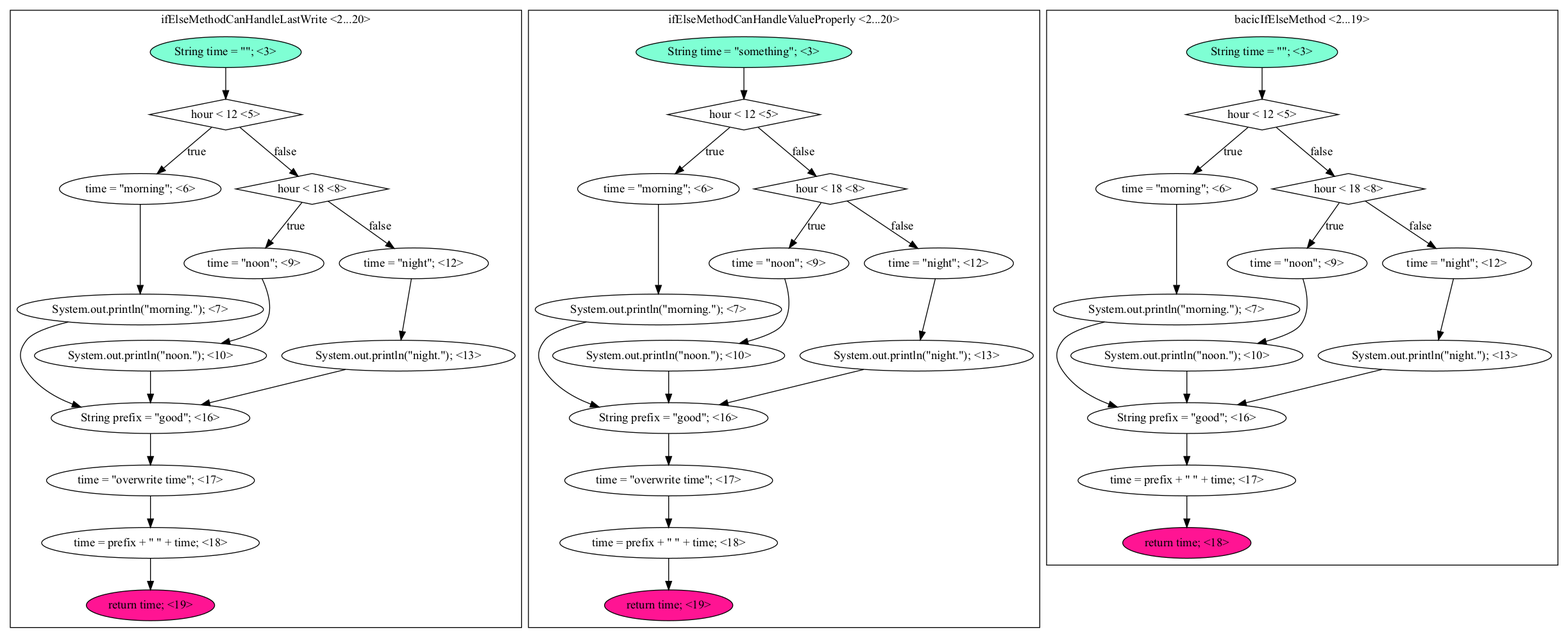
nashid/TinyPDG keeps this Graphviz diagram as graph-outputs/output/control-flow.dot.png. Above is the earlier version. Its source is kept beside it as graph-outputs/control-flow.dot.
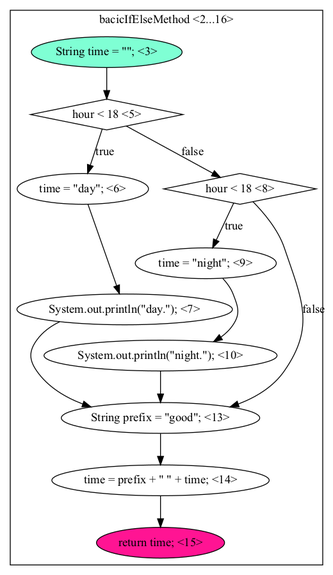
After the commit.

The edit, as a diff of the source:
```diff
@@ -1,90 +1,26 @@
 digraph CFG {
 subgraph cluster0 {
-label = "ifElseMethodCanHandleLastWrite <2...20>";
+label = "bacicIfElseMethod <2...16>";
 0.0 [style = filled, label = "String time = \"\"; <3>", fillcolor = aquamarine, shape = ellipse];
-0.1 [style = filled, label = "hour < 12 <5>", fillcolor = white, shape = diamond];
-0.2 [style = filled, label = "time = \"morning\"; <6>", fillcolor = white, shape = ellipse];
-0.3 [style = filled, label = "System.out.println(\"morning.\"); <7>", fillcolor = white, shape = ellipse];
+0.1 [style = filled, label = "hour < 18 <5>", fillcolor = white, shape = diamond];
+0.2 [style = filled, label = "time = \"day\"; <6>", fillcolor = white, shape = ellipse];
+0.3 [style = filled, label = "System.out.println(\"day.\"); <7>", fillcolor = white, shape = ellipse];
 0.4 [style = filled, label = "hour < 18 <8>", fillcolor = white, shape = diamond];
-0.5 [style = filled, label = "time = \"noon\"; <9>", fillcolor = white, shape = ellipse];
-0.6 [style = filled, label = "System.out.println(\"noon.\"); <10>", fillcolor = white, shape = ellipse];
-0.7 [style = filled, label = "time = \"night\"; <12>", fillcolor = white, shape = ellipse];
-0.8 [style = filled, label = "System.out.println(\"night.\"); <13>", fillcolor = white, shape = ellipse];
-0.9 [style = filled, label = "String prefix = \"good\"; <16>", fillcolor = white, shape = ellipse];
-0.10 [style = filled, label = "time = \"overwrite time\"; <17>", fillcolor = white, shape = ellipse];
-0.11 [style = filled, label = "time = prefix + \" \" + time; <18>", fillcolor = white, shape = ellipse];
-0.12 [style = filled, label = "return time; <19>", fillcolor = deeppink, shape = ellipse];
+0.5 [style = filled, label = "time = \"night\"; <9>", fillcolor = white, shape = ellipse];
+0.6 [style = filled, label = "System.out.println(\"night.\"); <10>", fillcolor = white, shape = ellipse];
+0.7 [style = filled, label = "String prefix = \"good\"; <13>", fillcolor = white, shape = ellipse];
+0.8 [style = filled, label = "time = prefix + \" \" + time; <14>", fillcolor = white, shape = ellipse];
+0.9 [style = filled, label = "return time; <15>", fillcolor = deeppink, shape = ellipse];
 0.0 -> 0.1 [style = solid, label=""];
 0.1 -> 0.2 [style = solid, label="true"];
 0.1 -> 0.4 [style = solid, label="false"];
 0.2 -> 0.3 [style = solid, label=""];
-0.3 -> 0.9 [style = solid, label=""];
+0.3 -> 0.7 [style = solid, label=""];
 0.4 -> 0.5 [style = solid, label="true"];
 0.4 -> 0.7 [style = solid, label="false"];
 0.5 -> 0.6 [style = solid, label=""];
-0.6 -> 0.9 [style = solid, label=""];
+0.6 -> 0.7 [style = solid, label=""];
 0.7 -> 0.8 [style = solid, label=""];
 0.8 -> 0.9 [style = solid, label=""];
-0.9 -> 0.10 [style = solid, label=""];
-0.10 -> 0.11 [style = solid, label=""];
-0.11 -> 0.12 [style = solid, label=""];
-}
-subgraph cluster1 {
-label = "ifElseMethodCanHandleValueProperly <2...20>";
-1.0 [style = filled, label = "String time = \"something\"; <3>", fillcolor = aquamarine, shape = ellipse];
-1.1 [style = filled, label = "hour < 12 <5>", fillcolor = white, shape = diamond];
-1.2 [style = filled, label = "time = \"morning\"; <6>", fillcolor = white, shape = ellipse];
-1.3 [style = filled, label = "System.out.println(\"morning.\"); <7>", fillcolor = white, shape = ellipse];
-1.4 [style = filled, label = "hour < 18 <8>", fillcolor = white, shape = diamond];
-1.5 [style = filled, label = "time = \"noon\"; <9>", fillcolor = white, shape = ellipse];
-1.6 [style = filled, label = "System.out.println(\"noon.\"); <10>", fillcolor = white, shape = ellipse];
-1.7 [style = filled, label = "time = \"night\"; <12>", fillcolor = white, shape = ellipse];
-1.8 [style = filled, label = "System.out.println(\"night.\"); <13>", fillcolor = white, shape = ellipse];
-1.9 [style = filled, label = "String prefix = \"good\"; <16>", fillcolor = white, shape = ellipse];
-1.10 [style = filled, label = "time = \"overwrite time\"; <17>", fillcolor = white, shape = ellipse];
-1.11 [style = filled, label = "time = prefix + \" \" + time; <18>", fillcolor = white, shape = ellipse];
-1.12 [style = filled, label = "return time; <19>", fillcolor = deeppink, shape = ellipse];
-1.0 -> 1.1 [style = solid, label=""];
-1.1 -> 1.2 [style = solid, label="true"];
-1.1 -> 1.4 [style = solid, label="false"];
-1.2 -> 1.3 [style = solid, label=""];
-1.3 -> 1.9 [style = solid, label=""];
-1.4 -> 1.5 [style = solid, label="true"];
-1.4 -> 1.7 [style = solid, label="false"];
-1.5 -> 1.6 [style = solid, label=""];
-1.6 -> 1.9 [style = solid, label=""];
-1.7 -> 1.8 [style = solid, label=""];
-1.8 -> 1.9 [style = solid, label=""];
-1.9 -> 1.10 [style = solid, label=""];
-1.10 -> 1.11 [style = solid, label=""];
-1.11 -> 1.12 [style = solid, label=""];
-}
-subgraph cluster2 {
-label = "bacicIfElseMethod <2...19>";
-2.0 [style = filled, label = "String time = \"\"; <3>", fillcolor = aquamarine, shape = ellipse];
-2.1 [style = filled, label = "hour < 12 <5>", fillcolor = white, shape = diamond];
-2.2 [style = filled, label = "time = \"morning\"; <6>", fillcolor = white, shape = ellipse];
-2.3 [style = filled, label = "System.out.println(\"morning.\"); <7>", fillcolor = white, shape = ellipse];
-2.4 [style = filled, label = "hour < 18 <8>", fillcolor = white, shape = diamond];
-2.5 [style = filled, label = "time = \"noon\"; <9>", fillcolor = white, shape = ellipse];
-2.6 [style = filled, label = "System.out.println(\"noon.\"); <10>", fillcolor = white, shape = ellipse];
-2.7 [style = filled, label = "time = \"night\"; <12>", fillcolor = white, shape = ellipse];
-2.8 [style = filled, label = "System.out.println(\"night.\"); <13>", fillcolor = white, shape = ellipse];
-2.9 [style = filled, label = "String prefix = \"good\"; <16>", fillcolor = white, shape = ellipse];
-2.10 [style = filled, label = "time = prefix + \" \" + time; <17>", fillcolor = white, shape = ellipse];
-2.11 [style = filled, label = "return time; <18>", fillcolor = deeppink, shape = ellipse];
-2.0 -> 2.1 [style = solid, label=""];
-2.1 -> 2.2 [style = solid, label="true"];
-2.1 -> 2.4 [style = solid, label="false"];
-2.2 -> 2.3 [style = solid, label=""];
-2.3 -> 2.9 [style = solid, label=""];
-2.4 -> 2.5 [style = solid, label="true"];
-2.4 -> 2.7 [style = solid, label="false"];
-2.5 -> 2.6 [style = solid, label=""];
-2.6 -> 2.9 [style = solid, label=""];
-2.7 -> 2.8 [style = solid, label=""];
-2.8 -> 2.9 [style = solid, label=""];
-2.9 -> 2.10 [style = solid, label=""];
-2.10 -> 2.11 [style = solid, label=""];
 }
 }
```
